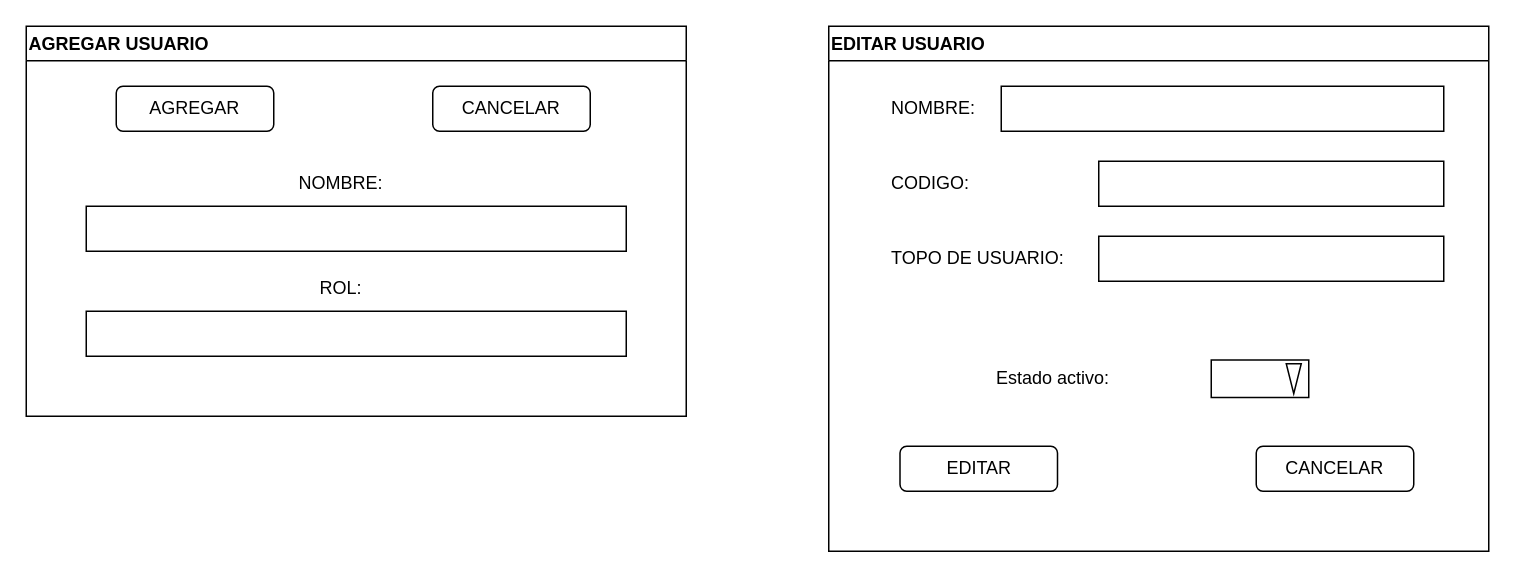
Before: page "Página-3" (3 of 4) of Interface Diagram.drawio in puyojulian/MiniProyecto3FPOE, a draw.io diagram. Source tidied: cells renumbered, new cells numbered last; positions are measured from the earlier drawing's top-left corner, leaving out a move shared by most shapes. Both pictures are drawn from the tidied source at 150%, with x=0, y=0 at pixel (26, 26).
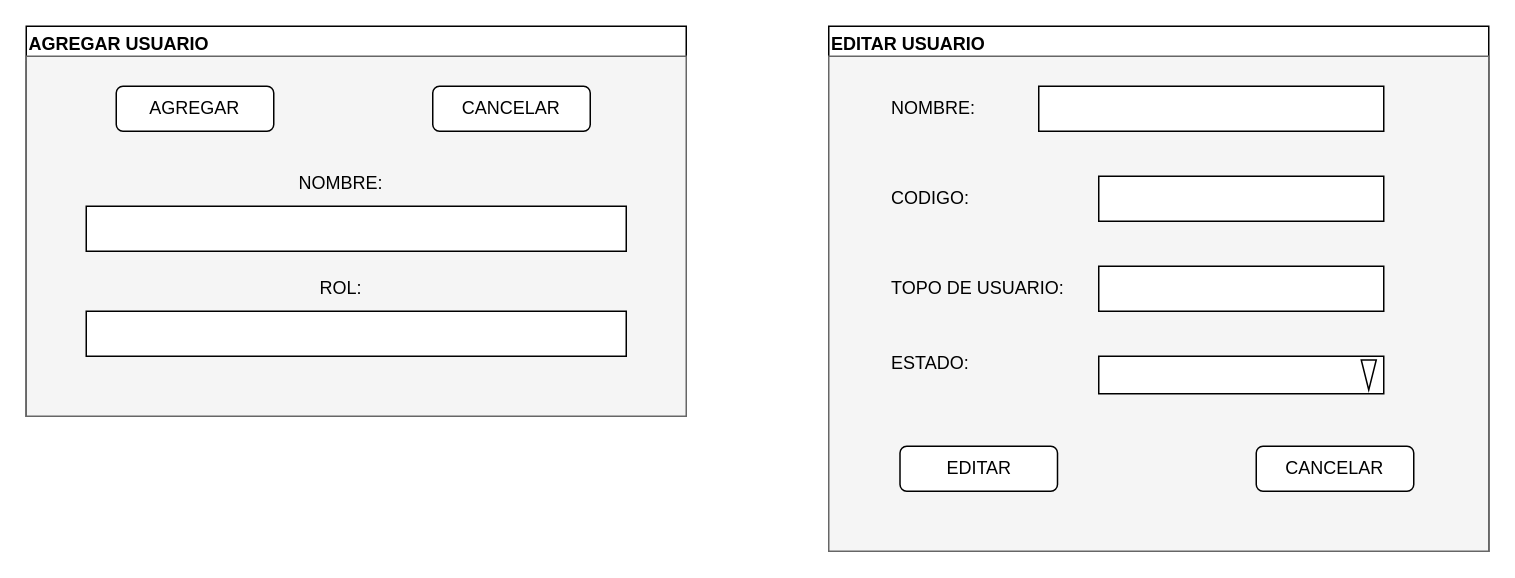
After the change.

Commit message:
Actualización Agregar y Editar Usuario

The change refers to these unchanged cells:
```xml
<mxCell id="2" value="EDITAR USUARIO" style="swimlane;whiteSpace=wrap;html=1;align=left;" parent="1" vertex="1">
  <mxGeometry x="535" width="440" height="350" as="geometry" />
</mxCell>
<mxCell id="14" value="AGREGAR USUARIO" style="swimlane;whiteSpace=wrap;html=1;align=left;" parent="1" vertex="1">
  <mxGeometry width="440" height="260" as="geometry" />
</mxCell>
```

Diff of the diagram source:
```diff
@@
+    <mxCell id="21" style="rounded=0;whiteSpace=wrap;html=1;fillColor=#f5f5f5;fontColor=#333333;strokeColor=#666666;" parent="2" vertex="1">
+      <mxGeometry y="20" width="440" height="330" as="geometry" />
+    </mxCell>
@@
     <mxCell id="6" style="rounded=0;whiteSpace=wrap;html=1;" parent="2" vertex="1">
-      <mxGeometry x="115" y="40" width="295" height="30" as="geometry" />
+      <mxGeometry x="140" y="40" width="230" height="30" as="geometry" />
     </mxCell>
     <mxCell id="7" value="CODIGO:&amp;nbsp;" style="text;html=1;strokeColor=none;fillColor=none;align=left;verticalAlign=middle;whiteSpace=wrap;rounded=0;" parent="2" vertex="1">
-      <mxGeometry x="40" y="90" width="60" height="30" as="geometry" />
+      <mxGeometry x="40" y="100" width="60" height="30" as="geometry" />
     </mxCell>
     <mxCell id="8" style="rounded=0;whiteSpace=wrap;html=1;" parent="2" vertex="1">
-      <mxGeometry x="180" y="90" width="230" height="30" as="geometry" />
+      <mxGeometry x="180" y="100" width="190" height="30" as="geometry" />
     </mxCell>
     <mxCell id="9" value="TOPO DE USUARIO:" style="text;html=1;strokeColor=none;fillColor=none;align=left;verticalAlign=middle;whiteSpace=wrap;rounded=0;" parent="2" vertex="1">
-      <mxGeometry x="40" y="140" width="120" height="30" as="geometry" />
+      <mxGeometry x="40" y="160" width="120" height="30" as="geometry" />
     </mxCell>
     <mxCell id="10" style="rounded=0;whiteSpace=wrap;html=1;" parent="2" vertex="1">
-      <mxGeometry x="180" y="140" width="230" height="30" as="geometry" />
+      <mxGeometry x="180" y="160" width="190" height="30" as="geometry" />
     </mxCell>
-    <mxCell id="11" value="Estado activo:" style="text;html=1;strokeColor=none;fillColor=none;align=left;verticalAlign=middle;whiteSpace=wrap;rounded=0;" parent="2" vertex="1">
-      <mxGeometry x="110" y="220" width="120" height="30" as="geometry" />
+    <mxCell id="11" value="ESTADO:" style="text;html=1;strokeColor=none;fillColor=none;align=left;verticalAlign=middle;whiteSpace=wrap;rounded=0;" parent="2" vertex="1">
+      <mxGeometry x="40" y="210" width="120" height="30" as="geometry" />
     </mxCell>
-    <mxCell id="12" style="rounded=0;whiteSpace=wrap;html=1;" parent="2" vertex="1">
-      <mxGeometry x="255" y="222.5" width="65" height="25" as="geometry" />
+    <mxCell id="12" style="rounded=0;whiteSpace=wrap;html=1;align=left;" parent="2" vertex="1">
+      <mxGeometry x="180" y="220" width="190" height="25" as="geometry" />
     </mxCell>
     <mxCell id="13" style="html=1;shadow=0;dashed=0;align=center;verticalAlign=middle;shape=mxgraph.arrows2.arrow;dy=0.6;dx=40;direction=south;notch=0;" parent="2" vertex="1">
-      <mxGeometry x="305" y="225" width="10" height="20" as="geometry" />
+      <mxGeometry x="355" y="222.5" width="10" height="20" as="geometry" />
     </mxCell>
@@
+    <mxCell id="22" style="rounded=0;whiteSpace=wrap;html=1;fillColor=#f5f5f5;fontColor=#333333;strokeColor=#666666;" parent="14" vertex="1">
+      <mxGeometry y="20" width="440" height="240" as="geometry" />
+    </mxCell>
```
